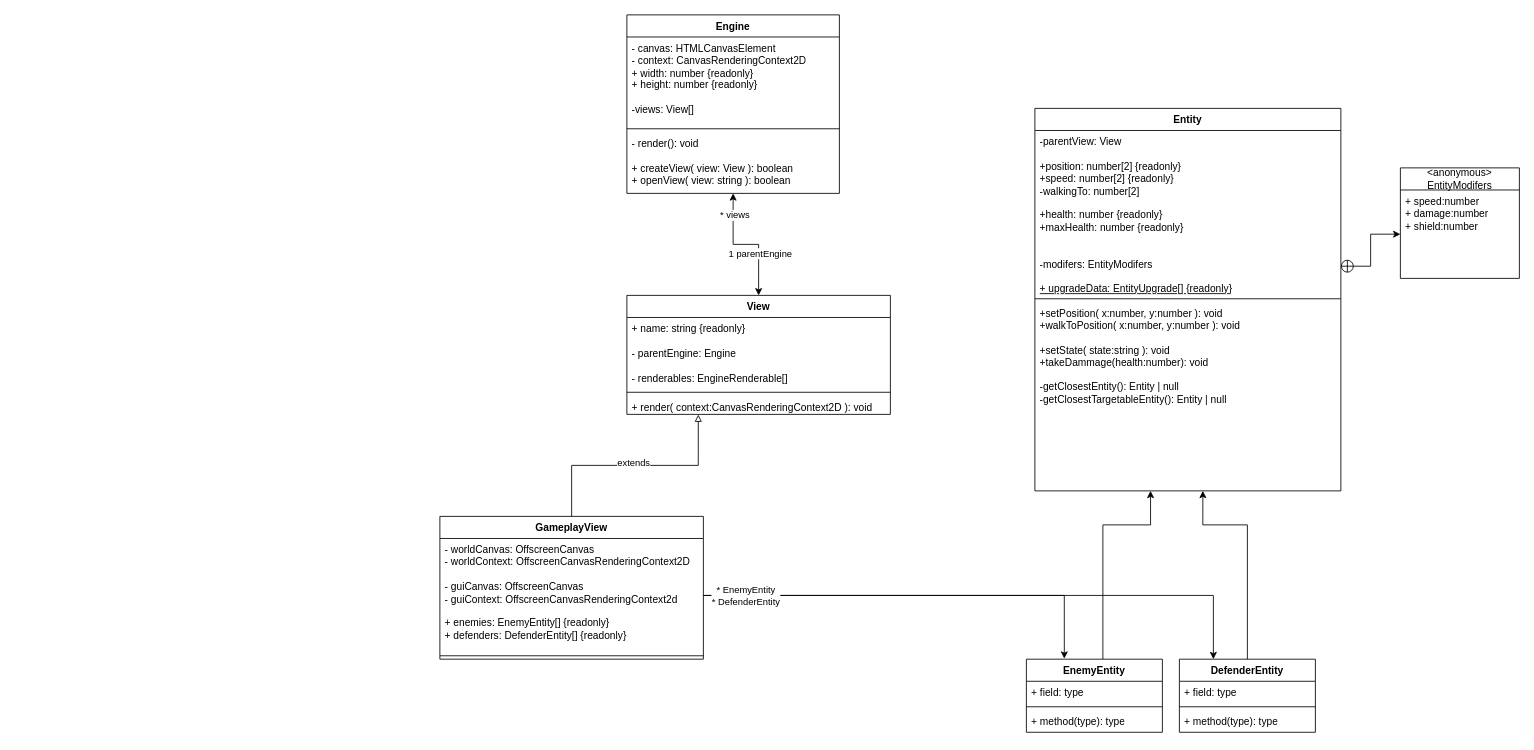
Earlier version of the draw.io diagram Class Structure.drawio (waitimconfused/compscig12-towerdefense). Source tidied: cells renumbered, new cells numbered last; positions are measured from the earlier drawing's top-left corner, leaving out a move shared by most shapes. Both pictures are drawn from the tidied source at 85%, with x=0, y=0 at pixel (439, 14).
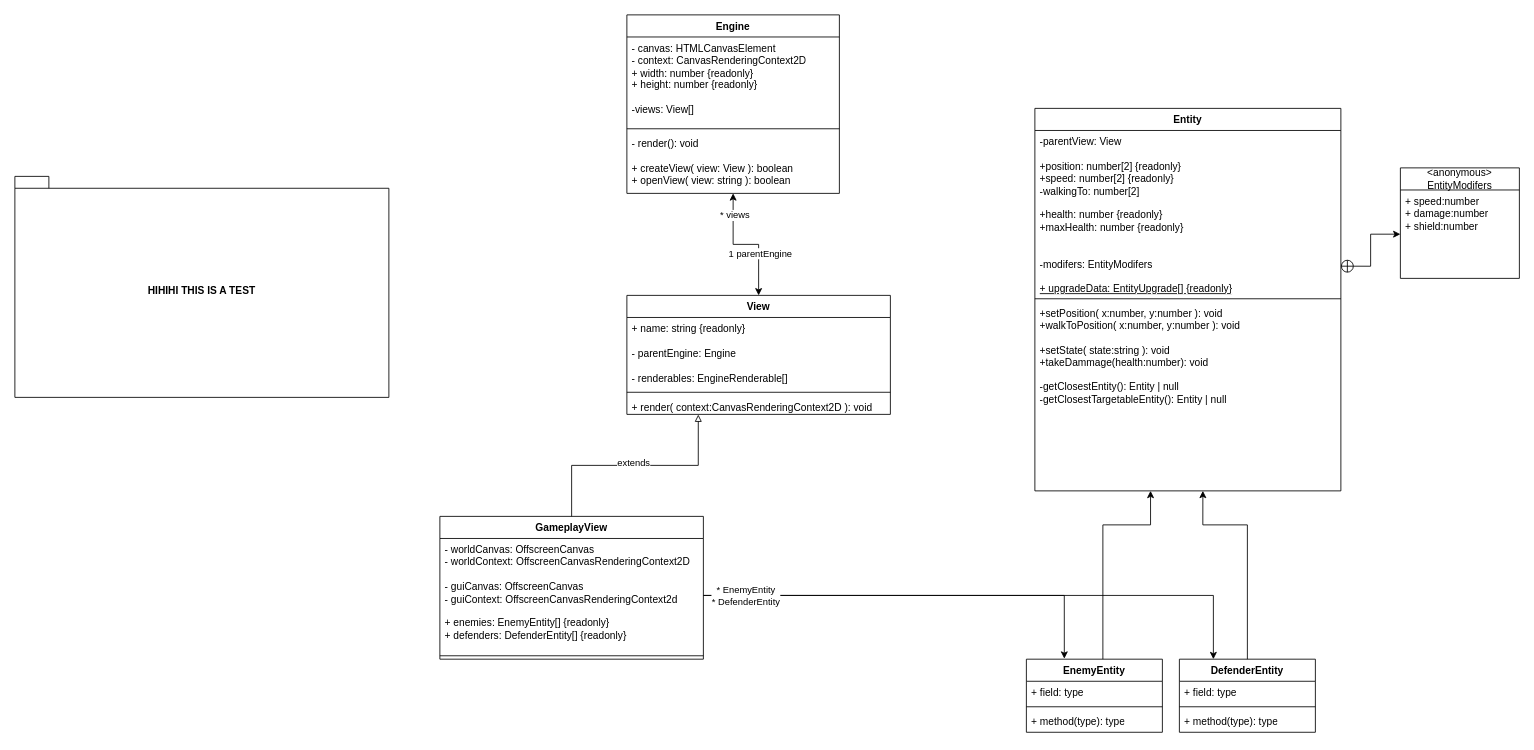
The same diagram, later.

The edit, as a diff of the source:
```diff
@@
+    <mxCell id="38" value="HIHIHI THIS IS A TEST" style="shape=folder;fontStyle=1;spacingTop=10;tabWidth=40;tabHeight=14;tabPosition=left;html=1;whiteSpace=wrap;" parent="1" vertex="1">
+      <mxGeometry x="-500" y="190" width="440" height="260" as="geometry" />
+    </mxCell>
```
